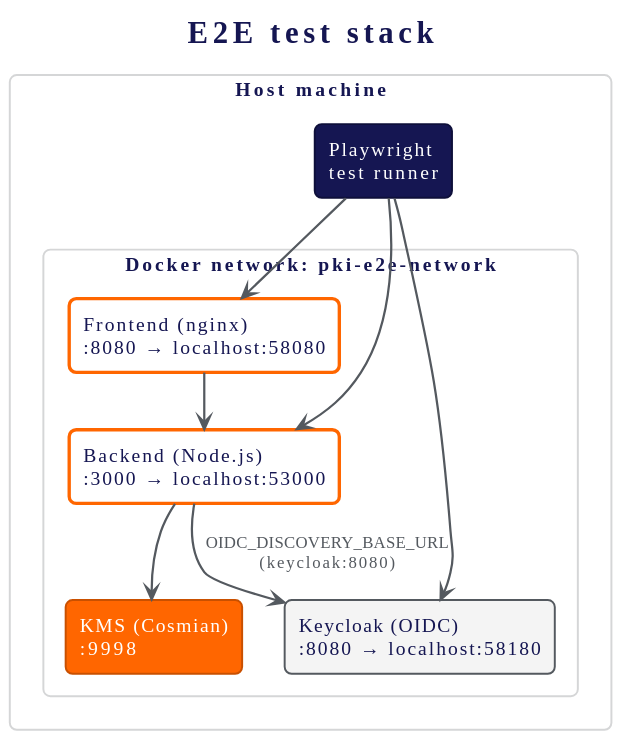
Above: docs/diagrams/svg/05-e2e-architecture.svg in oriolrius/pki-manager-web (PlantUML), before the change. The source it was exported from:
```plantuml
@startuml

skinparam backgroundColor #FFFFFF
skinparam defaultFontName Ubuntu
skinparam defaultFontSize 14
skinparam defaultFontColor #575757
skinparam defaultMonospacedFontName "Ubuntu Mono"
skinparam shadowing false
skinparam roundcorner 10
skinparam nodesep 30
skinparam ranksep 40
skinparam packageStyle rectangle
skinparam componentStyle rectangle
hide stereotype
hide empty description

skinparam ArrowColor #54595F
skinparam ArrowThickness 1.6
skinparam ArrowFontName Ubuntu
skinparam ArrowFontSize 12
skinparam ArrowFontColor #54595F

skinparam title {
  FontName Ubuntu
  FontSize 22
  FontStyle bold
  FontColor #151652
}
skinparam caption {
  FontSize 12
  FontColor #7A7A7A
}

skinparam package {
  BackgroundColor #F4F4F4
  BorderColor #D5D6D7
  BorderThickness 1.2
  FontColor #151652
  FontSize 15
  FontStyle bold
}
skinparam frame {
  BackgroundColor #FFFFFF
  BorderColor #D5D6D7
  FontColor #151652
  FontStyle bold
}

skinparam rectangle {
  BackgroundColor #FFFFFF
  BorderColor #151652
  BorderThickness 1.4
  FontColor #151652

  BackgroundColor<<user>> #FF6600
  BorderColor<<user>> #C95000
  FontColor<<user>> #FFFFFF

  BackgroundColor<<host>> #0C8760
  BorderColor<<host>> #0A7C58
  FontColor<<host>> #FFFFFF

  BackgroundColor<<machine>> #151652
  BorderColor<<machine>> #0E0F3A
  FontColor<<machine>> #FFFFFF

  BackgroundColor<<file>> #F4F4F4
  BorderColor<<file>> #54595F
  FontColor<<file>> #151652

  BackgroundColor<<pki>> #FFFFFF
  BorderColor<<pki>> #FF6600
  BorderThickness<<pki>> 2.4
  FontColor<<pki>> #151652

  BackgroundColor<<danger>> #FDECEC
  BorderColor<<danger>> #C62828
  FontColor<<danger>> #8E1B1B
}

skinparam file {
  BackgroundColor #F4F4F4
  BorderColor #54595F
  FontColor #151652
}

skinparam note {
  BackgroundColor #FFF4EC
  BorderColor #F46524
  FontColor #575757
}
skinparam legend {
  BackgroundColor #F4F4F4
  BorderColor #D5D6D7
  FontColor #575757
}

skinparam sequence {
  ArrowColor #54595F
  LifeLineBorderColor #D5D6D7
  LifeLineBackgroundColor #F4F4F4
  ParticipantBackgroundColor #151652
  ParticipantBorderColor #0E0F3A
  ParticipantFontColor #FFFFFF
  ParticipantFontStyle bold
  ActorBackgroundColor #FF6600
  ActorBorderColor #C95000
  ActorFontColor #151652
  BoxBackgroundColor #F4F4F4
  BoxBorderColor #D5D6D7
  BoxFontColor #151652
  GroupBackgroundColor #F4F4F4
  GroupBorderColor #D5D6D7
  GroupHeaderFontColor #151652
  DividerBackgroundColor #F4F4F4
  DividerBorderColor #D5D6D7
  DividerFontColor #151652
  ReferenceBackgroundColor #F4F4F4
  ReferenceBorderColor #D5D6D7
}

skinparam activity {
  BackgroundColor #FFFFFF
  BorderColor #151652
  FontColor #151652
  DiamondBackgroundColor #F4F4F4
  DiamondBorderColor #54595F
  DiamondFontColor #151652
  StartColor #151652
  EndColor #151652
  BarColor #FF6600
}
skinparam partition {
  BackgroundColor #F4F4F4
  BorderColor #D5D6D7
  FontColor #151652
}

skinparam state {
  BackgroundColor #FFFFFF
  BorderColor #151652
  FontColor #151652
  StartColor #151652
  EndColor #151652
  BackgroundColor<<good>> #E7F6F0
  BorderColor<<good>> #0C8760
  BackgroundColor<<warn>> #FFF4EC
  BorderColor<<warn>> #C95000
  BackgroundColor<<bad>> #FDECEC
  BorderColor<<bad>> #C62828
}

!$ORANGE = "#FF6600"
!$ORANGE_INK = "#C95000"
!$GREEN = "#0C8760"
!$NAVY = "#151652"
!$SLATE = "#54595F"
!$RED = "#C62828"

title E2E test stack
rectangle "Host machine" {
  rectangle "Playwright\ntest runner" as pw <<machine>>
  package "Docker network: pki-e2e-network" {
    rectangle "Frontend (nginx)\n:8080 → localhost:58080" as fe <<pki>>
    rectangle "Backend (Node.js)\n:3000 → localhost:53000" as be <<pki>>
    rectangle "Keycloak (OIDC)\n:8080 → localhost:58180" as kc <<file>>
    rectangle "KMS (Cosmian)\n:9998" as kms <<user>>
  }
}
pw --> fe
pw --> be
pw --> kc
fe --> be
be --> kms
be --> kc : OIDC_DISCOVERY_BASE_URL\n(keycloak:8080)
@enduml
```
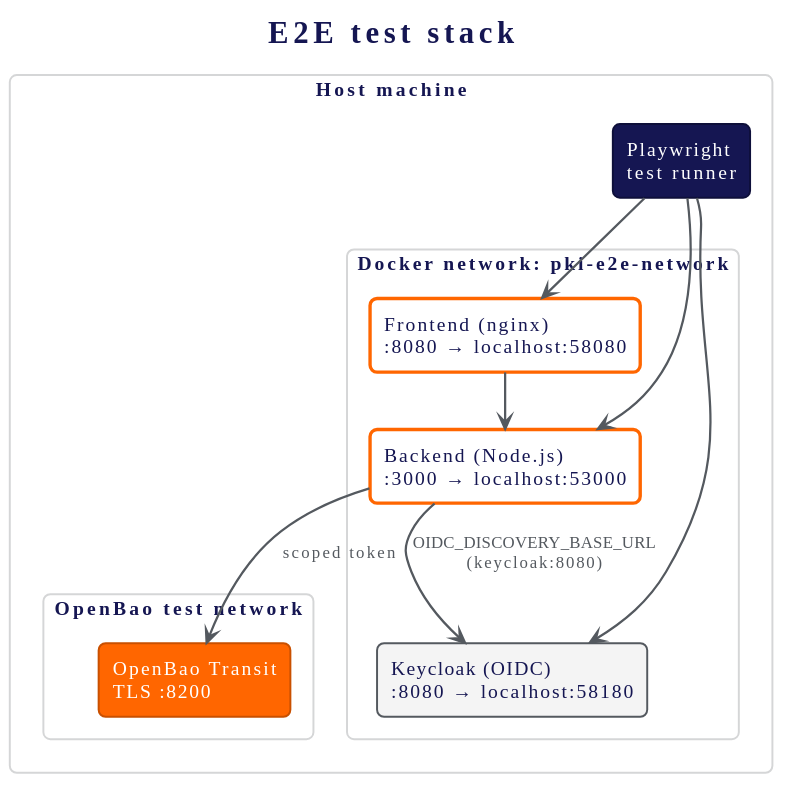
The same diagram one commit later.

Commit message:
docs(openbao): describe application setup and Transit CRL signing

Change to the diagram source:
```diff
@@ -164,13 +164,15 @@
     rectangle "Frontend (nginx)\n:8080 → localhost:58080" as fe <<pki>>
     rectangle "Backend (Node.js)\n:3000 → localhost:53000" as be <<pki>>
     rectangle "Keycloak (OIDC)\n:8080 → localhost:58180" as kc <<file>>
-    rectangle "KMS (Cosmian)\n:9998" as kms <<user>>
+  }
+  package "OpenBao test network" {
+    rectangle "OpenBao Transit\nTLS :8200" as bao <<user>>
   }
 }
 pw --> fe
 pw --> be
 pw --> kc
 fe --> be
-be --> kms
+be --> bao : scoped token
 be --> kc : OIDC_DISCOVERY_BASE_URL\n(keycloak:8080)
 @enduml
```
